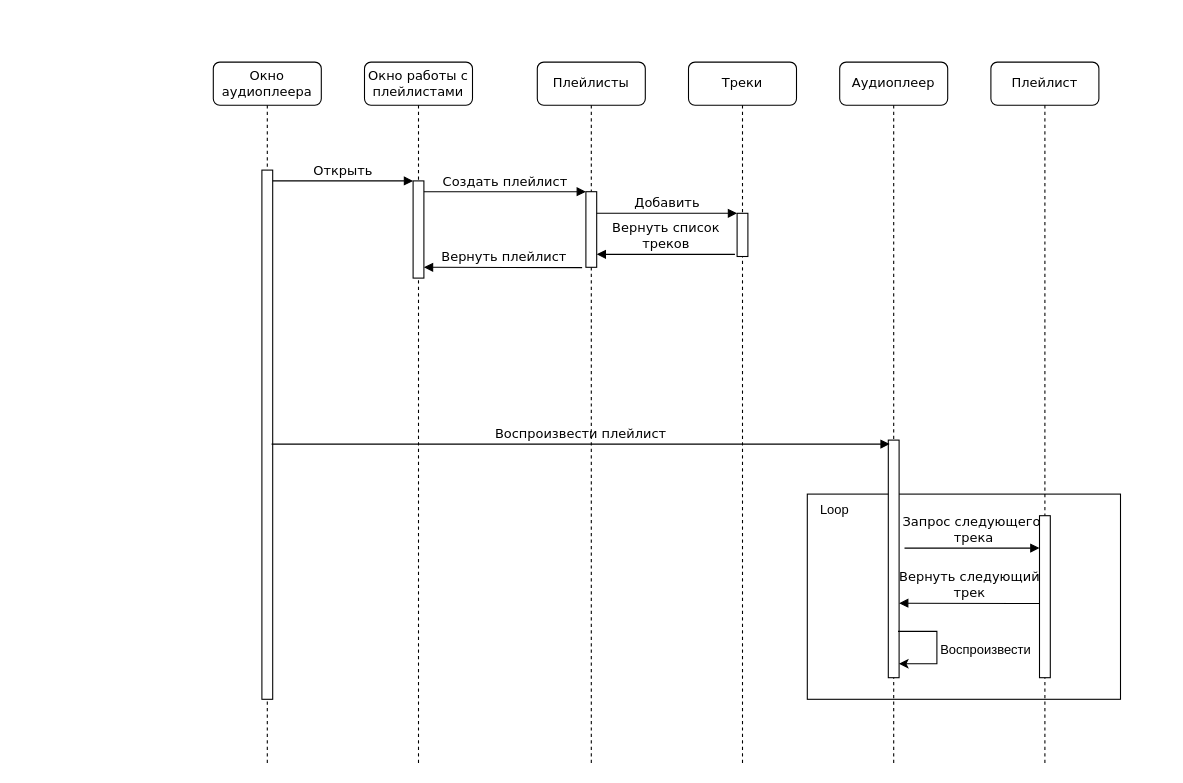
This is ПИ/ПИ_Последовательность.drawio from FaceMan01/Homework, a draw.io file, before an edit. Source tidied: cells renumbered, new cells numbered last; positions are measured from the earlier drawing's top-left corner, leaving out a move shared by most shapes. Both pictures are drawn from the tidied source at 108%, with x=0, y=0 at pixel (213, 62).
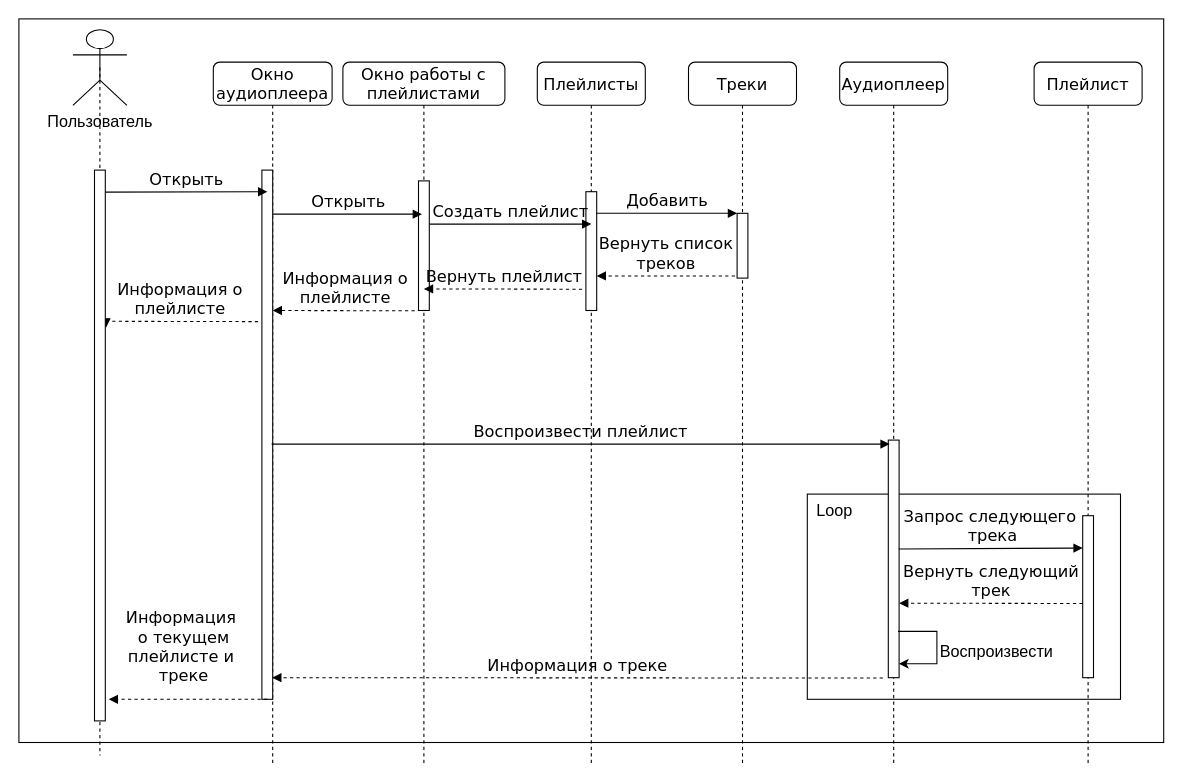
After the change.

Diff of the diagram source:
```diff
@@
+    <mxCell id="26" style="rounded=0;whiteSpace=wrap;html=1;fontSize=15;" parent="1" vertex="1">
+      <mxGeometry x="-180" y="-40" width="1060" height="670" as="geometry" />
+    </mxCell>
-    <mxCell id="2" style="rounded=0;whiteSpace=wrap;html=1;" parent="1" vertex="1">
+    <mxCell id="2" style="rounded=0;whiteSpace=wrap;html=1;fontSize=15;" parent="1" vertex="1">
       <mxGeometry x="550" y="400" width="290" height="190" as="geometry" />
     </mxCell>
-    <mxCell id="3" value="Окно работы с плейлистами" style="shape=umlLifeline;perimeter=lifelinePerimeter;whiteSpace=wrap;html=1;rounded=1;shadow=0;comic=0;labelBackgroundColor=none;strokeWidth=1;fontFamily=Verdana;fontSize=12;align=center;" parent="1" vertex="1">
-      <mxGeometry x="140" width="100" height="650" as="geometry" />
+    <mxCell id="3" value="&lt;font style=&quot;font-size: 15px;&quot;&gt;Окно работы с плейлистами&lt;/font&gt;" style="shape=umlLifeline;perimeter=lifelinePerimeter;whiteSpace=wrap;html=1;rounded=1;shadow=0;comic=0;labelBackgroundColor=none;strokeWidth=1;fontFamily=Verdana;fontSize=15;align=center;" parent="1" vertex="1">
+      <mxGeometry x="120" width="150" height="650" as="geometry" />
     </mxCell>
-    <mxCell id="4" style="html=1;points=[];perimeter=orthogonalPerimeter;rounded=0;shadow=0;comic=0;labelBackgroundColor=none;strokeWidth=1;fontFamily=Verdana;fontSize=12;align=center;" parent="3" vertex="1">
-      <mxGeometry x="45" y="110" width="10" height="90" as="geometry" />
+    <mxCell id="4" style="html=1;points=[];perimeter=orthogonalPerimeter;rounded=0;shadow=0;comic=0;labelBackgroundColor=none;strokeWidth=1;fontFamily=Verdana;fontSize=15;align=center;" parent="3" vertex="1">
+      <mxGeometry x="70" y="110" width="10" height="120" as="geometry" />
     </mxCell>
-    <mxCell id="5" value="Плейлисты" style="shape=umlLifeline;perimeter=lifelinePerimeter;whiteSpace=wrap;html=1;rounded=1;shadow=0;comic=0;labelBackgroundColor=none;strokeWidth=1;fontFamily=Verdana;fontSize=12;align=center;" parent="1" vertex="1">
+    <mxCell id="5" value="Плейлисты" style="shape=umlLifeline;perimeter=lifelinePerimeter;whiteSpace=wrap;html=1;rounded=1;shadow=0;comic=0;labelBackgroundColor=none;strokeWidth=1;fontFamily=Verdana;fontSize=15;align=center;" parent="1" vertex="1">
       <mxGeometry x="300" width="100" height="650" as="geometry" />
     </mxCell>
-    <mxCell id="6" style="html=1;points=[];perimeter=orthogonalPerimeter;rounded=0;shadow=0;comic=0;labelBackgroundColor=none;strokeWidth=1;fontFamily=Verdana;fontSize=12;align=center;" parent="5" vertex="1">
-      <mxGeometry x="45" y="120" width="10" height="70" as="geometry" />
+    <mxCell id="6" style="html=1;points=[];perimeter=orthogonalPerimeter;rounded=0;shadow=0;comic=0;labelBackgroundColor=none;strokeWidth=1;fontFamily=Verdana;fontSize=15;align=center;" parent="5" vertex="1">
+      <mxGeometry x="45" y="120" width="10" height="110" as="geometry" />
     </mxCell>
-    <mxCell id="7" value="Вернуть плейлист" style="html=1;verticalAlign=bottom;endArrow=block;labelBackgroundColor=none;fontFamily=Verdana;fontSize=12;edgeStyle=elbowEdgeStyle;elbow=vertical;exitX=0.15;exitY=0.754;exitDx=0;exitDy=0;exitPerimeter=0;" parent="5" edge="1">
-      <mxGeometry relative="1" as="geometry">
-        <mxPoint x="41.5" y="190.3" as="sourcePoint" />
-        <mxPoint x="-105" y="190" as="targetPoint" />
-        <Array as="points">
-          <mxPoint x="-14.7" y="190" />
-        </Array>
-      </mxGeometry>
-    </mxCell>
-    <mxCell id="8" value="Треки" style="shape=umlLifeline;perimeter=lifelinePerimeter;whiteSpace=wrap;html=1;rounded=1;shadow=0;comic=0;labelBackgroundColor=none;strokeWidth=1;fontFamily=Verdana;fontSize=12;align=center;" parent="1" vertex="1">
+    <mxCell id="8" value="Треки" style="shape=umlLifeline;perimeter=lifelinePerimeter;whiteSpace=wrap;html=1;rounded=1;shadow=0;comic=0;labelBackgroundColor=none;strokeWidth=1;fontFamily=Verdana;fontSize=15;align=center;" parent="1" vertex="1">
       <mxGeometry x="440" width="100" height="650" as="geometry" />
     </mxCell>
-    <mxCell id="9" value="Вернуть список&lt;br&gt;треков" style="html=1;verticalAlign=bottom;endArrow=block;labelBackgroundColor=none;fontFamily=Verdana;fontSize=12;edgeStyle=elbowEdgeStyle;elbow=vertical;" parent="8" edge="1">
+    <mxCell id="9" value="Вернуть список&lt;br style=&quot;font-size: 15px;&quot;&gt;треков" style="html=1;verticalAlign=bottom;endArrow=block;labelBackgroundColor=none;fontFamily=Verdana;fontSize=15;edgeStyle=elbowEdgeStyle;elbow=vertical;dashed=1;" parent="8" edge="1">
       <mxGeometry relative="1" as="geometry">
-        <mxPoint x="43" y="178" as="sourcePoint" />
-        <mxPoint x="-85" y="178" as="targetPoint" />
+        <mxPoint x="43" y="198" as="sourcePoint" />
+        <mxPoint x="-85" y="198" as="targetPoint" />
         <Array as="points">
-          <mxPoint x="-17" y="178" />
+          <mxPoint x="-17" y="198" />
         </Array>
       </mxGeometry>
     </mxCell>
-    <mxCell id="10" value="Аудиоплеер" style="shape=umlLifeline;perimeter=lifelinePerimeter;whiteSpace=wrap;html=1;rounded=1;shadow=0;comic=0;labelBackgroundColor=none;strokeWidth=1;fontFamily=Verdana;fontSize=12;align=center;" parent="1" vertex="1">
+    <mxCell id="10" value="Аудиоплеер" style="shape=umlLifeline;perimeter=lifelinePerimeter;whiteSpace=wrap;html=1;rounded=1;shadow=0;comic=0;labelBackgroundColor=none;strokeWidth=1;fontFamily=Verdana;fontSize=15;align=center;" parent="1" vertex="1">
       <mxGeometry x="580" width="100" height="650" as="geometry" />
     </mxCell>
-    <mxCell id="11" style="html=1;points=[];perimeter=orthogonalPerimeter;rounded=0;shadow=0;comic=0;labelBackgroundColor=none;strokeWidth=1;fontFamily=Verdana;fontSize=12;align=center;" parent="10" vertex="1">
+    <mxCell id="11" style="html=1;points=[];perimeter=orthogonalPerimeter;rounded=0;shadow=0;comic=0;labelBackgroundColor=none;strokeWidth=1;fontFamily=Verdana;fontSize=15;align=center;" parent="10" vertex="1">
       <mxGeometry x="45" y="350" width="10" height="220" as="geometry" />
     </mxCell>
-    <mxCell id="12" style="endArrow=classic;html=1;rounded=0;exitX=0.9;exitY=0.805;exitDx=0;exitDy=0;exitPerimeter=0;entryX=0.983;entryY=0.941;entryDx=0;entryDy=0;entryPerimeter=0;" parent="10" edge="1" source="11" target="11">
+    <mxCell id="12" style="endArrow=classic;html=1;rounded=0;exitX=0.9;exitY=0.805;exitDx=0;exitDy=0;exitPerimeter=0;entryX=0.983;entryY=0.941;entryDx=0;entryDy=0;entryPerimeter=0;fontSize=15;" parent="10" edge="1" source="11" target="11">
       <mxGeometry relative="1" as="geometry">
         <Array as="points">
           <mxPoint x="90" y="527" />
           <mxPoint x="90" y="557" />
         </Array>
       </mxGeometry>
     </mxCell>
+    <mxCell id="27" value="Информация о треке" style="html=1;verticalAlign=bottom;endArrow=block;labelBackgroundColor=none;fontFamily=Verdana;fontSize=15;edgeStyle=elbowEdgeStyle;elbow=vertical;exitX=1.233;exitY=0.703;exitDx=0;exitDy=0;exitPerimeter=0;dashed=1;" parent="10" edge="1" target="17">
+      <mxGeometry relative="1" as="geometry">
+        <mxPoint x="40" y="570.3" as="sourcePoint" />
+      </mxGeometry>
+    </mxCell>
-    <mxCell id="13" value="Плейлист" style="shape=umlLifeline;perimeter=lifelinePerimeter;whiteSpace=wrap;html=1;rounded=1;shadow=0;comic=0;labelBackgroundColor=none;strokeWidth=1;fontFamily=Verdana;fontSize=12;align=center;" parent="1" vertex="1">
-      <mxGeometry x="720" width="100" height="650" as="geometry" />
+    <mxCell id="13" value="Плейлист" style="shape=umlLifeline;perimeter=lifelinePerimeter;whiteSpace=wrap;html=1;rounded=1;shadow=0;comic=0;labelBackgroundColor=none;strokeWidth=1;fontFamily=Verdana;fontSize=15;align=center;" parent="1" vertex="1">
+      <mxGeometry x="760" width="100" height="650" as="geometry" />
     </mxCell>
-    <mxCell id="14" style="html=1;perimeter=orthogonalPerimeter;rounded=0;shadow=0;comic=0;labelBackgroundColor=none;strokeWidth=1;fontFamily=Verdana;fontSize=12;align=center;" parent="13" vertex="1">
+    <mxCell id="14" style="html=1;perimeter=orthogonalPerimeter;rounded=0;shadow=0;comic=0;labelBackgroundColor=none;strokeWidth=1;fontFamily=Verdana;fontSize=15;align=center;" parent="13" vertex="1">
       <mxGeometry x="45" y="420" width="10" height="150" as="geometry" />
     </mxCell>
-    <mxCell id="15" value="Запрос следующего&lt;br&gt;&amp;nbsp;трека" style="html=1;verticalAlign=bottom;endArrow=block;labelBackgroundColor=none;fontFamily=Verdana;fontSize=12;edgeStyle=elbowEdgeStyle;elbow=vertical;" parent="13" edge="1">
+    <mxCell id="15" value="Запрос следующего&lt;br style=&quot;font-size: 15px;&quot;&gt;&amp;nbsp;трека" style="html=1;verticalAlign=bottom;endArrow=block;labelBackgroundColor=none;fontFamily=Verdana;fontSize=15;edgeStyle=elbowEdgeStyle;elbow=vertical;exitX=0.971;exitY=0.458;exitDx=0;exitDy=0;exitPerimeter=0;" parent="13" edge="1" source="11">
       <mxGeometry x="-0.01" relative="1" as="geometry">
-        <mxPoint x="-80" y="450" as="sourcePoint" />
         <mxPoint x="45" y="450" as="targetPoint" />
       </mxGeometry>
     </mxCell>
-    <mxCell id="16" value="Вернуть следующий&lt;br&gt;трек" style="html=1;verticalAlign=bottom;endArrow=block;labelBackgroundColor=none;fontFamily=Verdana;fontSize=12;edgeStyle=elbowEdgeStyle;elbow=vertical;exitX=1.233;exitY=0.703;exitDx=0;exitDy=0;exitPerimeter=0;" parent="13" edge="1" target="11">
+    <mxCell id="16" value="Вернуть следующий&lt;br style=&quot;font-size: 15px;&quot;&gt;трек" style="html=1;verticalAlign=bottom;endArrow=block;labelBackgroundColor=none;fontFamily=Verdana;fontSize=15;edgeStyle=elbowEdgeStyle;elbow=vertical;exitX=1.233;exitY=0.703;exitDx=0;exitDy=0;exitPerimeter=0;dashed=1;" parent="13" edge="1" target="11">
       <mxGeometry relative="1" as="geometry">
         <mxPoint x="45" y="501.3" as="sourcePoint" />
       </mxGeometry>
     </mxCell>
-    <mxCell id="17" value="Окно аудиоплеера" style="shape=umlLifeline;perimeter=lifelinePerimeter;whiteSpace=wrap;html=1;outlineConnect=0;rounded=1;shadow=0;comic=0;labelBackgroundColor=none;strokeWidth=1;fontFamily=Verdana;fontSize=12;align=center;" parent="1" vertex="1">
-      <mxGeometry width="100" height="650" as="geometry" />
+    <mxCell id="17" value="Окно аудиоплеера" style="shape=umlLifeline;perimeter=lifelinePerimeter;whiteSpace=wrap;html=1;outlineConnect=0;rounded=1;shadow=0;comic=0;labelBackgroundColor=none;strokeWidth=1;fontFamily=Verdana;fontSize=15;align=center;" parent="1" vertex="1">
+      <mxGeometry width="110" height="650" as="geometry" />
     </mxCell>
-    <mxCell id="18" style="html=1;points=[];perimeter=orthogonalPerimeter;rounded=0;shadow=0;comic=0;labelBackgroundColor=none;strokeWidth=1;fontFamily=Verdana;fontSize=12;align=center;" parent="17" vertex="1">
+    <mxCell id="18" style="html=1;points=[];perimeter=orthogonalPerimeter;rounded=0;shadow=0;comic=0;labelBackgroundColor=none;strokeWidth=1;fontFamily=Verdana;fontSize=15;align=center;" parent="17" vertex="1">
       <mxGeometry x="45" y="100" width="10" height="490" as="geometry" />
     </mxCell>
-    <mxCell id="19" style="html=1;points=[];perimeter=orthogonalPerimeter;rounded=0;shadow=0;comic=0;labelBackgroundColor=none;strokeWidth=1;fontFamily=Verdana;fontSize=12;align=center;" parent="1" vertex="1">
-      <mxGeometry x="485" y="140" width="10" height="40" as="geometry" />
+    <mxCell id="19" style="html=1;points=[];perimeter=orthogonalPerimeter;rounded=0;shadow=0;comic=0;labelBackgroundColor=none;strokeWidth=1;fontFamily=Verdana;fontSize=15;align=center;" parent="1" vertex="1">
+      <mxGeometry x="485" y="140" width="10" height="60" as="geometry" />
     </mxCell>
-    <mxCell id="20" value="Добавить" style="html=1;verticalAlign=bottom;endArrow=block;labelBackgroundColor=none;fontFamily=Verdana;fontSize=12;edgeStyle=elbowEdgeStyle;elbow=vertical;" parent="1" edge="1" source="6" target="19">
+    <mxCell id="20" value="Добавить" style="html=1;verticalAlign=bottom;endArrow=block;labelBackgroundColor=none;fontFamily=Verdana;fontSize=15;edgeStyle=elbowEdgeStyle;elbow=vertical;" parent="1" edge="1" source="6" target="19">
       <mxGeometry relative="1" as="geometry">
         <Array as="points">
           <mxPoint x="360" y="140" />
         </Array>
       </mxGeometry>
     </mxCell>
-    <mxCell id="21" value="Воспроизвести плейлист" style="html=1;verticalAlign=bottom;endArrow=block;entryX=0.233;entryY=0.217;labelBackgroundColor=none;fontFamily=Verdana;fontSize=12;entryDx=0;entryDy=0;entryPerimeter=0;" parent="1" edge="1">
+    <mxCell id="21" value="Воспроизвести плейлист" style="html=1;verticalAlign=bottom;endArrow=block;entryX=0.233;entryY=0.217;labelBackgroundColor=none;fontFamily=Verdana;fontSize=15;entryDx=0;entryDy=0;entryPerimeter=0;" parent="1" edge="1">
       <mxGeometry relative="1" as="geometry">
         <mxPoint x="54" y="353.7" as="sourcePoint" />
         <mxPoint x="626.3" y="353.7" as="targetPoint" />
       </mxGeometry>
     </mxCell>
-    <mxCell id="22" value="Открыть" style="html=1;verticalAlign=bottom;endArrow=block;entryX=0;entryY=0;labelBackgroundColor=none;fontFamily=Verdana;fontSize=12;edgeStyle=elbowEdgeStyle;elbow=vertical;" parent="1" edge="1" source="18" target="4">
-      <mxGeometry relative="1" as="geometry" />
-    </mxCell>
-    <mxCell id="23" value="Создать плейлист" style="html=1;verticalAlign=bottom;endArrow=block;entryX=0;entryY=0;labelBackgroundColor=none;fontFamily=Verdana;fontSize=12;edgeStyle=elbowEdgeStyle;elbow=vertical;" parent="1" edge="1" source="4" target="6">
-      <mxGeometry relative="1" as="geometry" />
+    <mxCell id="23" value="Создать плейлист" style="html=1;verticalAlign=bottom;endArrow=block;labelBackgroundColor=none;fontFamily=Verdana;fontSize=15;edgeStyle=elbowEdgeStyle;elbow=vertical;" parent="1" edge="1">
+      <mxGeometry relative="1" as="geometry">
+        <mxPoint x="200" y="150" as="sourcePoint" />
+        <mxPoint x="350" y="150" as="targetPoint" />
+        <Array as="points">
+          <mxPoint x="235" y="150" />
+        </Array>
+      </mxGeometry>
     </mxCell>
-    <mxCell id="24" value="Loop" style="text;html=1;align=center;verticalAlign=middle;strokeColor=none;fillColor=none;" parent="1" vertex="1">
-      <mxGeometry x="550" y="400" width="50" height="30" as="geometry" />
+    <mxCell id="24" value="Loop" style="text;html=1;align=center;verticalAlign=middle;strokeColor=none;fillColor=none;fontSize=15;" parent="1" vertex="1">
+      <mxGeometry x="545" y="400" width="60" height="30" as="geometry" />
     </mxCell>
-    <mxCell id="25" value="Воспроизвести" style="text;html=1;align=center;verticalAlign=middle;strokeColor=none;fillColor=none;" parent="1" vertex="1">
-      <mxGeometry x="660" y="530" width="110" height="30" as="geometry" />
+    <mxCell id="25" value="Воспроизвести" style="text;html=1;align=center;verticalAlign=middle;strokeColor=none;fillColor=none;fontSize=15;" parent="1" vertex="1">
+      <mxGeometry x="660" y="530" width="130" height="30" as="geometry" />
     </mxCell>
+    <mxCell id="28" value="Открыть" style="html=1;verticalAlign=bottom;endArrow=block;entryX=0;entryY=0;labelBackgroundColor=none;fontFamily=Verdana;fontSize=15;edgeStyle=elbowEdgeStyle;elbow=vertical;exitX=0.9;exitY=0.04;exitDx=0;exitDy=0;exitPerimeter=0;" parent="1" edge="1" source="34">
+      <mxGeometry relative="1" as="geometry">
+        <mxPoint x="50" y="120" as="targetPoint" />
+      </mxGeometry>
+    </mxCell>
+    <mxCell id="29" value="Информация&lt;br style=&quot;font-size: 15px;&quot;&gt;&amp;nbsp;о текущем&lt;br style=&quot;font-size: 15px;&quot;&gt;плейлисте и&lt;br style=&quot;font-size: 15px;&quot;&gt;&amp;nbsp;треке" style="html=1;verticalAlign=bottom;endArrow=block;labelBackgroundColor=none;fontFamily=Verdana;fontSize=15;edgeStyle=elbowEdgeStyle;elbow=vertical;dashed=1;entryX=1.317;entryY=0.96;entryDx=0;entryDy=0;entryPerimeter=0;" parent="1" edge="1" target="34">
+      <mxGeometry x="0.09" y="-10" relative="1" as="geometry">
+        <mxPoint x="50" y="590" as="sourcePoint" />
+      </mxGeometry>
+    </mxCell>
+    <mxCell id="22" value="Открыть" style="html=1;verticalAlign=bottom;endArrow=block;entryX=0.822;entryY=0.16;labelBackgroundColor=none;fontFamily=Verdana;fontSize=15;edgeStyle=elbowEdgeStyle;elbow=vertical;entryDx=0;entryDy=0;entryPerimeter=0;" parent="1" edge="1">
+      <mxGeometry relative="1" as="geometry">
+        <mxPoint x="55" y="140.8" as="sourcePoint" />
+        <mxPoint x="193.2" y="140" as="targetPoint" />
+        <Array as="points">
+          <mxPoint x="90" y="140.8" />
+        </Array>
+      </mxGeometry>
+    </mxCell>
+    <mxCell id="30" value="Информация о&lt;br style=&quot;font-size: 15px;&quot;&gt;плейлисте" style="html=1;verticalAlign=bottom;endArrow=block;labelBackgroundColor=none;fontFamily=Verdana;fontSize=15;edgeStyle=elbowEdgeStyle;elbow=vertical;exitX=0.15;exitY=0.754;exitDx=0;exitDy=0;exitPerimeter=0;dashed=1;" parent="1" edge="1" target="18">
+      <mxGeometry x="-0.01" relative="1" as="geometry">
+        <mxPoint x="186.5" y="230.3" as="sourcePoint" />
+        <Array as="points">
+          <mxPoint x="130.3" y="230" />
+        </Array>
+      </mxGeometry>
+    </mxCell>
+    <mxCell id="7" value="Вернуть плейлист" style="html=1;verticalAlign=bottom;endArrow=block;labelBackgroundColor=none;fontFamily=Verdana;fontSize=15;edgeStyle=elbowEdgeStyle;elbow=vertical;exitX=0.15;exitY=0.754;exitDx=0;exitDy=0;exitPerimeter=0;dashed=1;" parent="1" edge="1">
+      <mxGeometry relative="1" as="geometry">
+        <mxPoint x="341.5" y="210.3" as="sourcePoint" />
+        <mxPoint x="195" y="210" as="targetPoint" />
+        <Array as="points">
+          <mxPoint x="285.3" y="210" />
+        </Array>
+      </mxGeometry>
+    </mxCell>
+    <mxCell id="31" value="Информация о&lt;br style=&quot;font-size: 15px;&quot;&gt;плейлисте" style="html=1;verticalAlign=bottom;endArrow=block;labelBackgroundColor=none;fontFamily=Verdana;fontSize=15;edgeStyle=elbowEdgeStyle;elbow=vertical;exitX=0.15;exitY=0.754;exitDx=0;exitDy=0;exitPerimeter=0;dashed=1;entryX=1.067;entryY=0.286;entryDx=0;entryDy=0;entryPerimeter=0;" parent="1" edge="1" target="34">
+      <mxGeometry x="-0.01" relative="1" as="geometry">
+        <mxPoint x="41.5" y="240.3" as="sourcePoint" />
+        <Array as="points">
+          <mxPoint x="-14.7" y="240" />
+        </Array>
+      </mxGeometry>
+    </mxCell>
+    <mxCell id="32" style="edgeStyle=orthogonalEdgeStyle;rounded=0;jettySize=auto;html=1;exitX=0.5;exitY=0.5;exitDx=0;exitDy=0;exitPerimeter=0;dashed=1;endArrow=none;endFill=0;" parent="1" edge="1" source="33">
+      <mxGeometry relative="1" as="geometry">
+        <mxPoint x="-105" y="642.1" as="targetPoint" />
+      </mxGeometry>
+    </mxCell>
+    <mxCell id="33" value="&lt;font style=&quot;font-size: 15px;&quot;&gt;Пользователь&lt;/font&gt;" style="shape=umlActor;verticalLabelPosition=bottom;verticalAlign=top;html=1;outlineConnect=0;" parent="1" vertex="1">
+      <mxGeometry x="-130" y="-30" width="50" height="70" as="geometry" />
+    </mxCell>
+    <mxCell id="34" style="html=1;points=[];perimeter=orthogonalPerimeter;rounded=0;shadow=0;comic=0;labelBackgroundColor=none;strokeWidth=1;fontFamily=Verdana;fontSize=15;align=center;" parent="1" vertex="1">
+      <mxGeometry x="-110" y="100" width="10" height="510" as="geometry" />
+    </mxCell>
```
